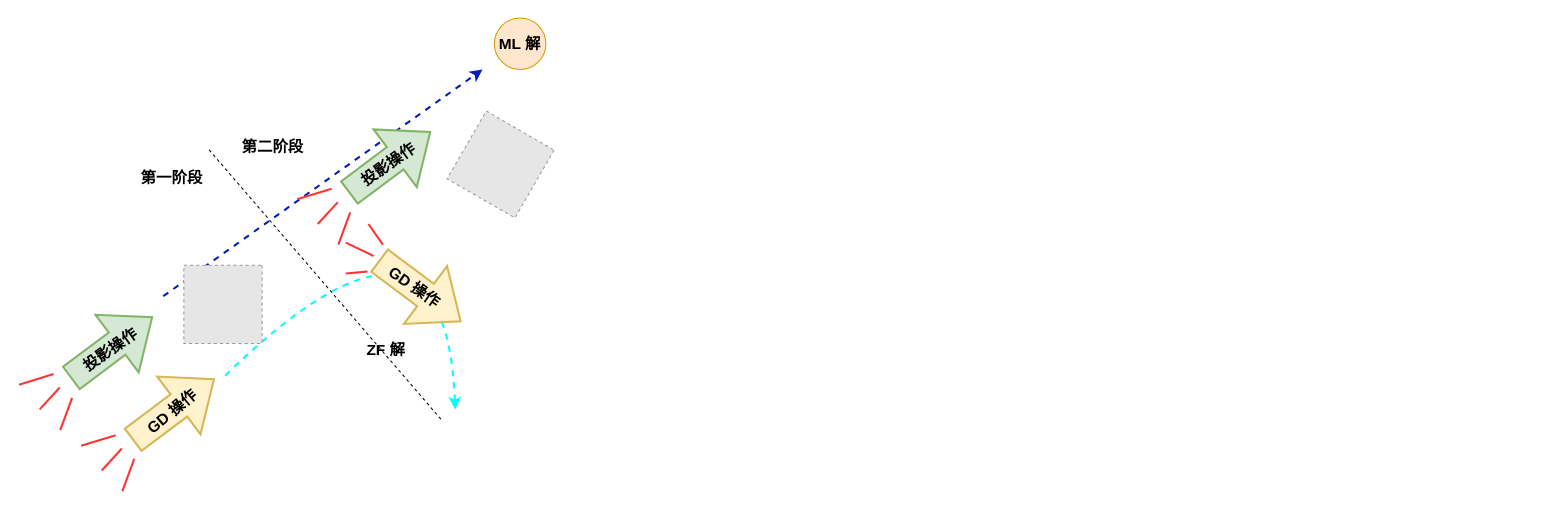
Above: Wechat1.drawio in LanxinHe/CHEMP_figs (draw.io), before the change. Source tidied: cells renumbered, new cells numbered last; positions are measured from the earlier drawing's top-left corner, leaving out a move shared by most shapes. Both pictures are drawn from the tidied source at 103%, with x=0, y=0 at pixel (19, 18). Pictures stored in the file or linked from it are replaced by grey dashed boxes.
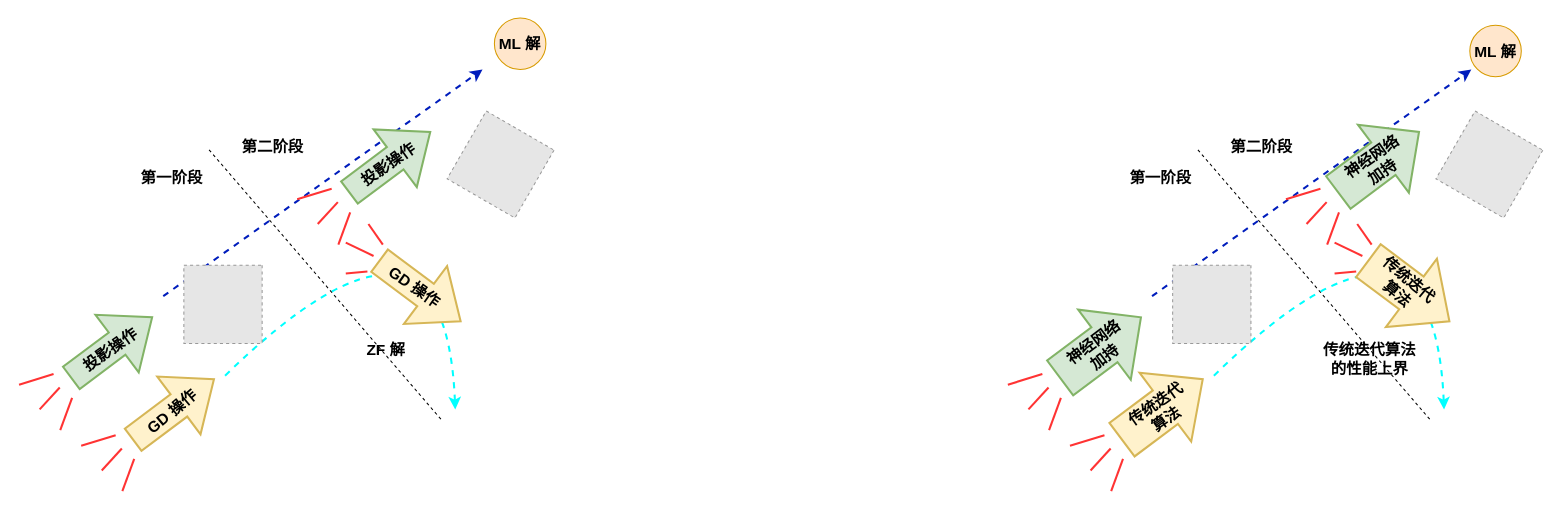
Above is the later version.

Commit message:
Mettre à jour Wechat1.drawio

Diff of the diagram source:
```diff
@@
+    <mxCell id="32" style="endArrow=classic;html=1;rounded=0;fillColor=#0050ef;strokeColor=#001DBC;dashed=1;strokeWidth=2;" parent="1" edge="1">
+      <mxGeometry relative="1" as="geometry">
+        <mxPoint x="1100" y="270" as="sourcePoint" />
+        <mxPoint x="1410" y="50" as="targetPoint" />
+      </mxGeometry>
+    </mxCell>
+    <mxCell id="33" style="curved=1;endArrow=classic;html=1;rounded=0;dashed=1;fillColor=#fff2cc;strokeColor=#00FFFF;strokeWidth=2;" parent="1" edge="1">
+      <mxGeometry relative="1" as="geometry">
+        <mxPoint x="1160" y="347.2" as="sourcePoint" />
+        <mxPoint x="1383.5" y="380" as="targetPoint" />
+        <Array as="points">
+          <mxPoint x="1373.5" y="140" />
+        </Array>
+      </mxGeometry>
+    </mxCell>
+    <mxCell id="34" style="fillColor=#E6E6E6;strokeColor=#999999;dashed=1;verticalLabelPosition=bottom;labelBackgroundColor=default;verticalAlign=top;rotation=90;" parent="1" vertex="1">
+      <mxGeometry x="1120" y="240" width="76" height="76" as="geometry" />
+    </mxCell>
+    <mxCell id="35" style="shape=flexArrow;endArrow=classic;html=1;rounded=0;endWidth=41;endSize=14.091999999999999;width=41.2;strokeWidth=2;fillColor=#d5e8d4;strokeColor=#82b366;" parent="1" edge="1">
+      <mxGeometry relative="1" as="geometry">
+        <mxPoint x="1010" y="350" as="sourcePoint" />
+        <mxPoint x="1090" y="290" as="targetPoint" />
+      </mxGeometry>
+    </mxCell>
+    <mxCell id="36" value="&lt;span style=&quot;font-size: 15px;&quot;&gt;&lt;b&gt;神经网络加持&lt;/b&gt;&lt;/span&gt;" style="text;html=1;align=center;verticalAlign=middle;whiteSpace=wrap;rounded=0;fillColor=none;strokeColor=none;rotation=323;" parent="1" vertex="1">
+      <mxGeometry x="1011.5" y="307.2" width="73" height="30" as="geometry" />
+    </mxCell>
+    <mxCell id="37" style="endArrow=none;html=1;rounded=0;strokeColor=#FF3333;strokeWidth=2;" parent="1" edge="1">
+      <mxGeometry relative="1" as="geometry">
+        <mxPoint x="960" y="356" as="sourcePoint" />
+        <mxPoint x="993.5" y="345.7" as="targetPoint" />
+      </mxGeometry>
+    </mxCell>
+    <mxCell id="38" style="endArrow=none;html=1;rounded=0;strokeColor=#FF3333;strokeWidth=2;" parent="1" edge="1">
+      <mxGeometry relative="1" as="geometry">
+        <mxPoint x="1000" y="400" as="sourcePoint" />
+        <mxPoint x="1011.5" y="368.7" as="targetPoint" />
+      </mxGeometry>
+    </mxCell>
+    <mxCell id="39" style="endArrow=none;html=1;rounded=0;fillColor=#f8cecc;strokeColor=#FF3333;strokeWidth=2;" parent="1" edge="1">
+      <mxGeometry relative="1" as="geometry">
+        <mxPoint x="980" y="380" as="sourcePoint" />
+        <mxPoint x="999.5" y="358.7" as="targetPoint" />
+      </mxGeometry>
+    </mxCell>
+    <mxCell id="40" style="shape=flexArrow;endArrow=classic;html=1;rounded=0;endWidth=41;endSize=14.440000000000001;width=39.6;strokeWidth=2;fillColor=#fff2cc;strokeColor=#d6b656;" parent="1" edge="1">
+      <mxGeometry relative="1" as="geometry">
+        <mxPoint x="1070" y="410" as="sourcePoint" />
+        <mxPoint x="1150" y="350" as="targetPoint" />
+      </mxGeometry>
+    </mxCell>
+    <mxCell id="41" value="&lt;span style=&quot;font-size: 15px;&quot;&gt;&lt;b&gt;传统迭代算法&lt;/b&gt;&lt;/span&gt;" style="text;html=1;align=center;verticalAlign=middle;whiteSpace=wrap;rounded=0;fillColor=none;strokeColor=none;rotation=-35;" parent="1" vertex="1">
+      <mxGeometry x="1071.5" y="367.2" width="73" height="30" as="geometry" />
+    </mxCell>
+    <mxCell id="42" style="endArrow=none;dashed=1;html=1;rounded=0;" parent="1" edge="1">
+      <mxGeometry relative="1" as="geometry">
+        <mxPoint x="1144.5" y="128" as="sourcePoint" />
+        <mxPoint x="1370" y="390" as="targetPoint" />
+      </mxGeometry>
+    </mxCell>
+    <mxCell id="43" value="&lt;span style=&quot;font-size: 15px;&quot;&gt;&lt;b&gt;传统迭代算法的性能上界&lt;/b&gt;&lt;/span&gt;" style="text;html=1;align=center;verticalAlign=middle;whiteSpace=wrap;rounded=0;fillColor=none;strokeColor=none;rotation=0;" parent="1" vertex="1">
+      <mxGeometry x="1260" y="316" width="103" height="30" as="geometry" />
+    </mxCell>
+    <mxCell id="44" style="endArrow=none;html=1;rounded=0;strokeColor=#FF3333;strokeWidth=2;" parent="1" edge="1">
+      <mxGeometry relative="1" as="geometry">
+        <mxPoint x="1020.3" y="415.3" as="sourcePoint" />
+        <mxPoint x="1053.8" y="405" as="targetPoint" />
+      </mxGeometry>
+    </mxCell>
+    <mxCell id="45" style="endArrow=none;html=1;rounded=0;strokeColor=#FF3333;strokeWidth=2;" parent="1" edge="1">
+      <mxGeometry relative="1" as="geometry">
+        <mxPoint x="1060.3" y="459.3" as="sourcePoint" />
+        <mxPoint x="1071.8" y="428" as="targetPoint" />
+      </mxGeometry>
+    </mxCell>
+    <mxCell id="46" style="endArrow=none;html=1;rounded=0;fillColor=#f8cecc;strokeColor=#FF3333;strokeWidth=2;" parent="1" edge="1">
+      <mxGeometry relative="1" as="geometry">
+        <mxPoint x="1040.3" y="439.3" as="sourcePoint" />
+        <mxPoint x="1059.8" y="418" as="targetPoint" />
+      </mxGeometry>
+    </mxCell>
+    <mxCell id="47" style="fillColor=#E6E6E6;strokeColor=#999999;dashed=1;verticalLabelPosition=bottom;labelBackgroundColor=default;verticalAlign=top;rotation=120;" parent="1" vertex="1">
+      <mxGeometry x="1389.5" y="104.2" width="76" height="76" as="geometry" />
+    </mxCell>
+    <mxCell id="48" style="shape=flexArrow;endArrow=classic;html=1;rounded=0;endWidth=41;endSize=13.748;width=38.4;strokeWidth=2;fillColor=#d5e8d4;strokeColor=#82b366;" parent="1" edge="1">
+      <mxGeometry relative="1" as="geometry">
+        <mxPoint x="1280" y="170" as="sourcePoint" />
+        <mxPoint x="1360" y="110" as="targetPoint" />
+      </mxGeometry>
+    </mxCell>
+    <mxCell id="49" value="&lt;span style=&quot;font-size: 15px;&quot;&gt;&lt;b&gt;神经网络加持&lt;/b&gt;&lt;/span&gt;" style="text;html=1;align=center;verticalAlign=middle;whiteSpace=wrap;rounded=0;fillColor=none;strokeColor=none;rotation=-35;" parent="1" vertex="1">
+      <mxGeometry x="1281.5" y="127.2" width="73" height="30" as="geometry" />
+    </mxCell>
+    <mxCell id="50" style="endArrow=none;html=1;rounded=0;strokeColor=#FF3333;strokeWidth=2;" parent="1" edge="1">
+      <mxGeometry relative="1" as="geometry">
+        <mxPoint x="1230" y="176" as="sourcePoint" />
+        <mxPoint x="1263.5" y="165.7" as="targetPoint" />
+      </mxGeometry>
+    </mxCell>
+    <mxCell id="51" style="endArrow=none;html=1;rounded=0;strokeColor=#FF3333;strokeWidth=2;" parent="1" edge="1">
+      <mxGeometry relative="1" as="geometry">
+        <mxPoint x="1270" y="220" as="sourcePoint" />
+        <mxPoint x="1281.5" y="188.7" as="targetPoint" />
+      </mxGeometry>
+    </mxCell>
+    <mxCell id="52" style="endArrow=none;html=1;rounded=0;fillColor=#f8cecc;strokeColor=#FF3333;strokeWidth=2;" parent="1" edge="1">
+      <mxGeometry relative="1" as="geometry">
+        <mxPoint x="1250" y="200" as="sourcePoint" />
+        <mxPoint x="1269.5" y="178.7" as="targetPoint" />
+      </mxGeometry>
+    </mxCell>
+    <mxCell id="53" style="shape=flexArrow;endArrow=classic;html=1;rounded=0;endWidth=41;endSize=14.684000000000001;width=38.8;strokeWidth=2;fillColor=#fff2cc;strokeColor=#d6b656;" parent="1" edge="1">
+      <mxGeometry relative="1" as="geometry">
+        <mxPoint x="1309.2" y="235" as="sourcePoint" />
+        <mxPoint x="1389.5" y="295" as="targetPoint" />
+      </mxGeometry>
+    </mxCell>
+    <mxCell id="54" value="&lt;span style=&quot;font-size: 15px;&quot;&gt;&lt;b&gt;传统迭代算法&lt;/b&gt;&lt;/span&gt;" style="text;html=1;align=center;verticalAlign=middle;whiteSpace=wrap;rounded=0;fillColor=none;strokeColor=none;rotation=40;flipV=0;flipH=0;" parent="1" vertex="1">
+      <mxGeometry x="1308.2" y="246" width="73" height="30" as="geometry" />
+    </mxCell>
+    <mxCell id="55" style="endArrow=none;html=1;rounded=0;strokeColor=#FF3333;strokeWidth=2;" parent="1" edge="1">
+      <mxGeometry relative="1" as="geometry">
+        <mxPoint x="1299.2" y="200" as="sourcePoint" />
+        <mxPoint x="1313.2" y="220" as="targetPoint" />
+      </mxGeometry>
+    </mxCell>
+    <mxCell id="56" style="endArrow=none;html=1;rounded=0;strokeColor=#FF3333;strokeWidth=2;" parent="1" edge="1">
+      <mxGeometry relative="1" as="geometry">
+        <mxPoint x="1277.2" y="248" as="sourcePoint" />
+        <mxPoint x="1298.2" y="246" as="targetPoint" />
+      </mxGeometry>
+    </mxCell>
+    <mxCell id="57" style="endArrow=none;html=1;rounded=0;fillColor=#f8cecc;strokeColor=#FF3333;strokeWidth=2;" parent="1" edge="1">
+      <mxGeometry relative="1" as="geometry">
+        <mxPoint x="1277.2" y="218" as="sourcePoint" />
+        <mxPoint x="1304.2" y="231" as="targetPoint" />
+      </mxGeometry>
+    </mxCell>
+    <mxCell id="58" value="&lt;span style=&quot;font-size: 15px;&quot;&gt;&lt;b&gt;第一阶段&lt;/b&gt;&lt;/span&gt;" style="text;html=1;align=center;verticalAlign=middle;whiteSpace=wrap;rounded=0;fillColor=none;strokeColor=none;rotation=0;" parent="1" vertex="1">
+      <mxGeometry x="1071.5" y="140" width="73" height="30" as="geometry" />
+    </mxCell>
+    <mxCell id="59" value="&lt;span style=&quot;font-size: 15px;&quot;&gt;&lt;b&gt;第二阶段&lt;/b&gt;&lt;/span&gt;" style="text;html=1;align=center;verticalAlign=middle;whiteSpace=wrap;rounded=0;fillColor=none;strokeColor=none;rotation=0;" parent="1" vertex="1">
+      <mxGeometry x="1170" y="110" width="73" height="30" as="geometry" />
+    </mxCell>
+    <mxCell id="60" style="ellipse;whiteSpace=wrap;html=1;fillColor=#ffe6cc;strokeColor=#d79b00;" parent="1" vertex="1">
+      <mxGeometry x="1408.5" y="7" width="50" height="50" as="geometry" />
+    </mxCell>
+    <mxCell id="61" value="&lt;span style=&quot;font-size: 15px;&quot;&gt;&lt;b&gt;ML 解&lt;/b&gt;&lt;/span&gt;" style="text;html=1;align=center;verticalAlign=middle;whiteSpace=wrap;rounded=0;fillColor=none;strokeColor=none;rotation=0;" parent="1" vertex="1">
+      <mxGeometry x="1397" y="17" width="73" height="30" as="geometry" />
+    </mxCell>
```
